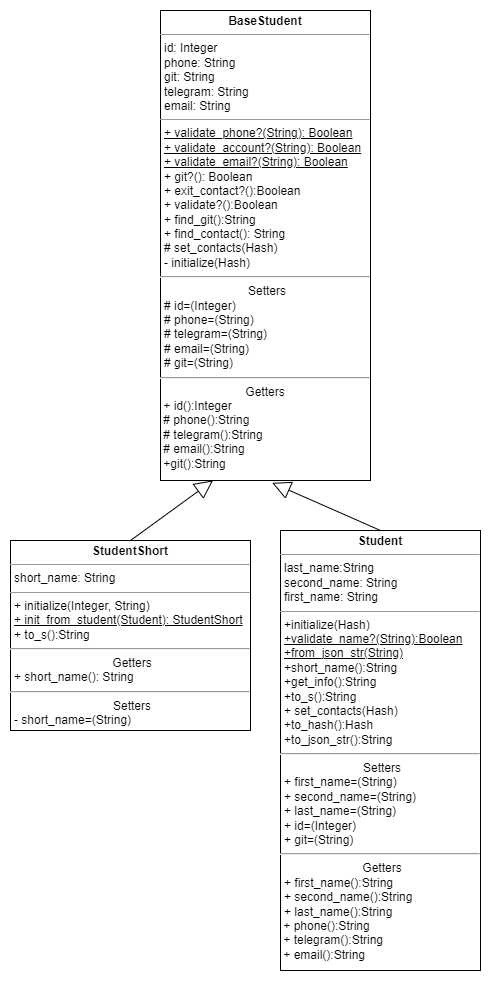
This is lab2/diagrams/student_diagr.png from rmyau/pattern_labs, a draw.io export, as it was before one commit. Source tidied: cells renumbered, new cells last; positions are measured from the earlier drawing's top-left corner, leaving out a move shared by most shapes.
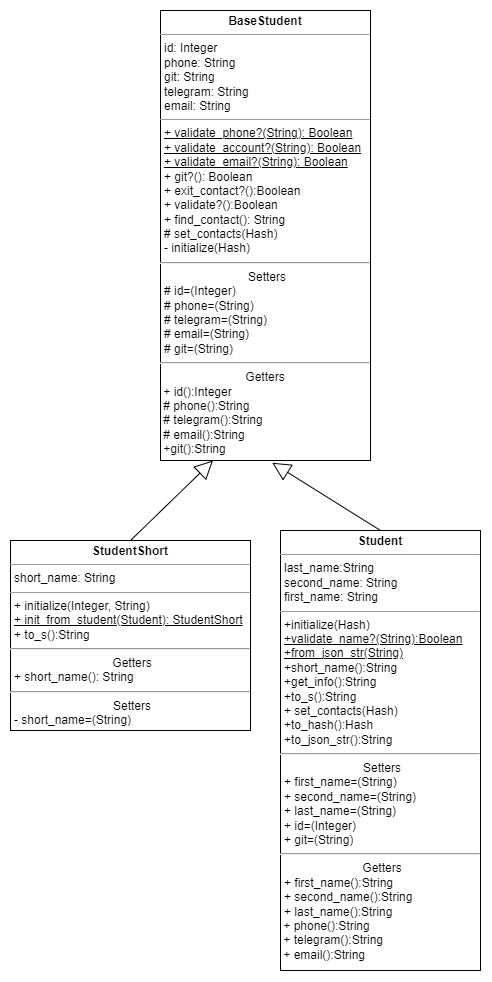
The same diagram one commit later.

Commit message:
Убран метод find_git

Change to the diagram source:
```diff
@@ -2,8 +2,8 @@
   <root>
     <mxCell id="0" />
     <mxCell id="1" parent="0" />
-    <mxCell id="2" value="&lt;p style=&quot;margin:0px;margin-top:4px;text-align:center;&quot;&gt;&lt;b&gt;BaseStudent&lt;/b&gt;&lt;/p&gt;&lt;hr size=&quot;1&quot;&gt;&lt;p style=&quot;margin:0px;margin-left:4px;&quot;&gt;id: Integer&lt;/p&gt;&lt;p style=&quot;margin:0px;margin-left:4px;&quot;&gt;phone: String&lt;/p&gt;&lt;p style=&quot;margin:0px;margin-left:4px;&quot;&gt;git: String&lt;/p&gt;&lt;p style=&quot;margin:0px;margin-left:4px;&quot;&gt;telegram: String&lt;/p&gt;&lt;p style=&quot;margin:0px;margin-left:4px;&quot;&gt;email: String&lt;/p&gt;&lt;hr size=&quot;1&quot;&gt;&lt;p style=&quot;margin:0px;margin-left:4px;&quot;&gt;&lt;u&gt;+ validate_phone?(String): Boolean&lt;/u&gt;&lt;/p&gt;&lt;p style=&quot;margin:0px;margin-left:4px;&quot;&gt;&lt;u&gt;+ validate_account?(String): Boolean&lt;/u&gt;&lt;/p&gt;&lt;p style=&quot;margin:0px;margin-left:4px;&quot;&gt;&lt;u&gt;+ validate_email?(String): Boolean&lt;/u&gt;&lt;/p&gt;&lt;p style=&quot;margin:0px;margin-left:4px;&quot;&gt;+ git?(): Boolean&lt;/p&gt;&lt;p style=&quot;margin:0px;margin-left:4px;&quot;&gt;+ exit_contact?():Boolean&lt;/p&gt;&lt;p style=&quot;margin:0px;margin-left:4px;&quot;&gt;+ validate?():Boolean&lt;/p&gt;&lt;p style=&quot;margin:0px;margin-left:4px;&quot;&gt;+ find_git():String&lt;/p&gt;&lt;p style=&quot;margin:0px;margin-left:4px;&quot;&gt;+ find_contact(): String&lt;/p&gt;&lt;p style=&quot;margin:0px;margin-left:4px;&quot;&gt;# set_contacts(Hash)&lt;/p&gt;&lt;p style=&quot;margin:0px;margin-left:4px;&quot;&gt;- initialize(Hash)&lt;/p&gt;&lt;hr&gt;&lt;p style=&quot;text-align: center; margin: 0px 0px 0px 4px;&quot;&gt;Setters&lt;/p&gt;&lt;p style=&quot;margin: 0px 0px 0px 4px;&quot;&gt;# id=(Integer)&lt;/p&gt;&lt;p style=&quot;margin: 0px 0px 0px 4px;&quot;&gt;# phone=(String)&lt;/p&gt;&lt;p style=&quot;margin: 0px 0px 0px 4px;&quot;&gt;# telegram=(String)&lt;/p&gt;&lt;p style=&quot;margin: 0px 0px 0px 4px;&quot;&gt;# email=(String)&lt;/p&gt;&lt;p style=&quot;margin: 0px 0px 0px 4px;&quot;&gt;# git=(String)&lt;/p&gt;&lt;hr&gt;&lt;div style=&quot;text-align: center;&quot;&gt;&lt;span style=&quot;background-color: initial;&quot;&gt;Getters&lt;/span&gt;&lt;/div&gt;&lt;div style=&quot;&quot;&gt;&lt;span style=&quot;background-color: initial;&quot;&gt;&amp;nbsp;+ id():Integer&lt;/span&gt;&lt;/div&gt;&lt;div style=&quot;&quot;&gt;&amp;nbsp;# phone():String&lt;/div&gt;&lt;div style=&quot;&quot;&gt;&amp;nbsp;# telegram():String&lt;/div&gt;&lt;div style=&quot;&quot;&gt;&amp;nbsp;# email():String&lt;/div&gt;&lt;div style=&quot;&quot;&gt;&amp;nbsp;+git():String&lt;/div&gt;&lt;div style=&quot;&quot;&gt;&lt;br&gt;&lt;/div&gt;&lt;div style=&quot;&quot;&gt;&lt;br&gt;&lt;/div&gt;&lt;div style=&quot;&quot;&gt;&lt;span style=&quot;background-color: initial;&quot;&gt;&lt;br&gt;&lt;/span&gt;&lt;/div&gt;" style="verticalAlign=top;align=left;overflow=fill;fontSize=12;fontFamily=Helvetica;html=1;whiteSpace=wrap;" parent="1" vertex="1">
-      <mxGeometry x="150" width="210" height="470" as="geometry" />
+    <mxCell id="2" value="&lt;p style=&quot;margin:0px;margin-top:4px;text-align:center;&quot;&gt;&lt;b&gt;BaseStudent&lt;/b&gt;&lt;/p&gt;&lt;hr size=&quot;1&quot;&gt;&lt;p style=&quot;margin:0px;margin-left:4px;&quot;&gt;id: Integer&lt;/p&gt;&lt;p style=&quot;margin:0px;margin-left:4px;&quot;&gt;phone: String&lt;/p&gt;&lt;p style=&quot;margin:0px;margin-left:4px;&quot;&gt;git: String&lt;/p&gt;&lt;p style=&quot;margin:0px;margin-left:4px;&quot;&gt;telegram: String&lt;/p&gt;&lt;p style=&quot;margin:0px;margin-left:4px;&quot;&gt;email: String&lt;/p&gt;&lt;hr size=&quot;1&quot;&gt;&lt;p style=&quot;margin:0px;margin-left:4px;&quot;&gt;&lt;u&gt;+ validate_phone?(String): Boolean&lt;/u&gt;&lt;/p&gt;&lt;p style=&quot;margin:0px;margin-left:4px;&quot;&gt;&lt;u&gt;+ validate_account?(String): Boolean&lt;/u&gt;&lt;/p&gt;&lt;p style=&quot;margin:0px;margin-left:4px;&quot;&gt;&lt;u&gt;+ validate_email?(String): Boolean&lt;/u&gt;&lt;/p&gt;&lt;p style=&quot;margin:0px;margin-left:4px;&quot;&gt;+ git?(): Boolean&lt;/p&gt;&lt;p style=&quot;margin:0px;margin-left:4px;&quot;&gt;+ exit_contact?():Boolean&lt;/p&gt;&lt;p style=&quot;margin:0px;margin-left:4px;&quot;&gt;+ validate?():Boolean&lt;/p&gt;&lt;p style=&quot;margin:0px;margin-left:4px;&quot;&gt;+ find_contact(): String&lt;/p&gt;&lt;p style=&quot;margin:0px;margin-left:4px;&quot;&gt;# set_contacts(Hash)&lt;/p&gt;&lt;p style=&quot;margin:0px;margin-left:4px;&quot;&gt;- initialize(Hash)&lt;/p&gt;&lt;hr&gt;&lt;p style=&quot;text-align: center; margin: 0px 0px 0px 4px;&quot;&gt;Setters&lt;/p&gt;&lt;p style=&quot;margin: 0px 0px 0px 4px;&quot;&gt;# id=(Integer)&lt;/p&gt;&lt;p style=&quot;margin: 0px 0px 0px 4px;&quot;&gt;# phone=(String)&lt;/p&gt;&lt;p style=&quot;margin: 0px 0px 0px 4px;&quot;&gt;# telegram=(String)&lt;/p&gt;&lt;p style=&quot;margin: 0px 0px 0px 4px;&quot;&gt;# email=(String)&lt;/p&gt;&lt;p style=&quot;margin: 0px 0px 0px 4px;&quot;&gt;# git=(String)&lt;/p&gt;&lt;hr&gt;&lt;div style=&quot;text-align: center;&quot;&gt;&lt;span style=&quot;background-color: initial;&quot;&gt;Getters&lt;/span&gt;&lt;/div&gt;&lt;div style=&quot;&quot;&gt;&lt;span style=&quot;background-color: initial;&quot;&gt;&amp;nbsp;+ id():Integer&lt;/span&gt;&lt;/div&gt;&lt;div style=&quot;&quot;&gt;&amp;nbsp;# phone():String&lt;/div&gt;&lt;div style=&quot;&quot;&gt;&amp;nbsp;# telegram():String&lt;/div&gt;&lt;div style=&quot;&quot;&gt;&amp;nbsp;# email():String&lt;/div&gt;&lt;div style=&quot;&quot;&gt;&amp;nbsp;+git():String&lt;/div&gt;&lt;div style=&quot;&quot;&gt;&lt;br&gt;&lt;/div&gt;&lt;div style=&quot;&quot;&gt;&lt;br&gt;&lt;/div&gt;&lt;div style=&quot;&quot;&gt;&lt;span style=&quot;background-color: initial;&quot;&gt;&lt;br&gt;&lt;/span&gt;&lt;/div&gt;" style="verticalAlign=top;align=left;overflow=fill;fontSize=12;fontFamily=Helvetica;html=1;whiteSpace=wrap;" parent="1" vertex="1">
+      <mxGeometry x="150" width="210" height="450" as="geometry" />
     </mxCell>
     <mxCell id="3" value="&lt;p style=&quot;margin:0px;margin-top:4px;text-align:center;&quot;&gt;&lt;b&gt;Student&lt;/b&gt;&lt;/p&gt;&lt;hr size=&quot;1&quot;&gt;&lt;p style=&quot;margin:0px;margin-left:4px;&quot;&gt;last_name:String&lt;/p&gt;&lt;p style=&quot;margin:0px;margin-left:4px;&quot;&gt;second_name: String&lt;/p&gt;&lt;p style=&quot;margin:0px;margin-left:4px;&quot;&gt;first_name: String&lt;/p&gt;&lt;hr size=&quot;1&quot;&gt;&lt;p style=&quot;margin:0px;margin-left:4px;&quot;&gt;+initialize(Hash)&lt;/p&gt;&lt;p style=&quot;margin:0px;margin-left:4px;&quot;&gt;&lt;u&gt;+validate_name?(String):Boolean&lt;/u&gt;&lt;/p&gt;&lt;p style=&quot;margin:0px;margin-left:4px;&quot;&gt;&lt;u&gt;+from_json_str(String)&lt;/u&gt;&lt;/p&gt;&lt;p style=&quot;margin:0px;margin-left:4px;&quot;&gt;+short_name():String&lt;/p&gt;&lt;p style=&quot;margin:0px;margin-left:4px;&quot;&gt;+get_info():String&lt;/p&gt;&lt;p style=&quot;margin:0px;margin-left:4px;&quot;&gt;+to_s():String&lt;/p&gt;&lt;p style=&quot;margin:0px;margin-left:4px;&quot;&gt;+ set_contacts(Hash)&lt;br&gt;&lt;/p&gt;&lt;p style=&quot;margin:0px;margin-left:4px;&quot;&gt;+to_hash():Hash&lt;/p&gt;&lt;p style=&quot;margin:0px;margin-left:4px;&quot;&gt;+to_json_str():String&lt;/p&gt;&lt;hr&gt;&lt;p style=&quot;text-align: center; margin: 0px 0px 0px 4px;&quot;&gt;Setters&lt;/p&gt;&lt;p style=&quot;margin:0px;margin-left:4px;&quot;&gt;+ first_name=(String)&lt;/p&gt;&lt;p style=&quot;margin:0px;margin-left:4px;&quot;&gt;+ second_name=(String)&lt;/p&gt;&lt;p style=&quot;margin:0px;margin-left:4px;&quot;&gt;+ last_name=(String)&lt;/p&gt;&lt;p style=&quot;border-color: var(--border-color); margin: 0px 0px 0px 4px;&quot;&gt;+ id=(Integer)&lt;/p&gt;&lt;p style=&quot;border-color: var(--border-color); margin: 0px 0px 0px 4px;&quot;&gt;+ git=(String)&lt;/p&gt;&lt;hr&gt;&lt;p style=&quot;text-align: center; margin: 0px 0px 0px 4px;&quot;&gt;Getters&lt;/p&gt;&lt;p style=&quot;margin:0px;margin-left:4px;&quot;&gt;+ first_name():String&lt;/p&gt;&lt;p style=&quot;margin:0px;margin-left:4px;&quot;&gt;+ second_name():String&lt;/p&gt;&lt;p style=&quot;margin:0px;margin-left:4px;&quot;&gt;+ last_name():String&lt;/p&gt;&lt;div style=&quot;border-color: var(--border-color);&quot;&gt;&amp;nbsp;+ phone():String&lt;/div&gt;&lt;div style=&quot;border-color: var(--border-color);&quot;&gt;&amp;nbsp;+ telegram():String&lt;/div&gt;&lt;div style=&quot;border-color: var(--border-color);&quot;&gt;&amp;nbsp;+ email():String&lt;/div&gt;&lt;p style=&quot;margin:0px;margin-left:4px;&quot;&gt;&lt;br&gt;&lt;/p&gt;" style="verticalAlign=top;align=left;overflow=fill;fontSize=12;fontFamily=Helvetica;html=1;whiteSpace=wrap;" parent="1" vertex="1">
       <mxGeometry x="270" y="520" width="200" height="440" as="geometry" />
```
